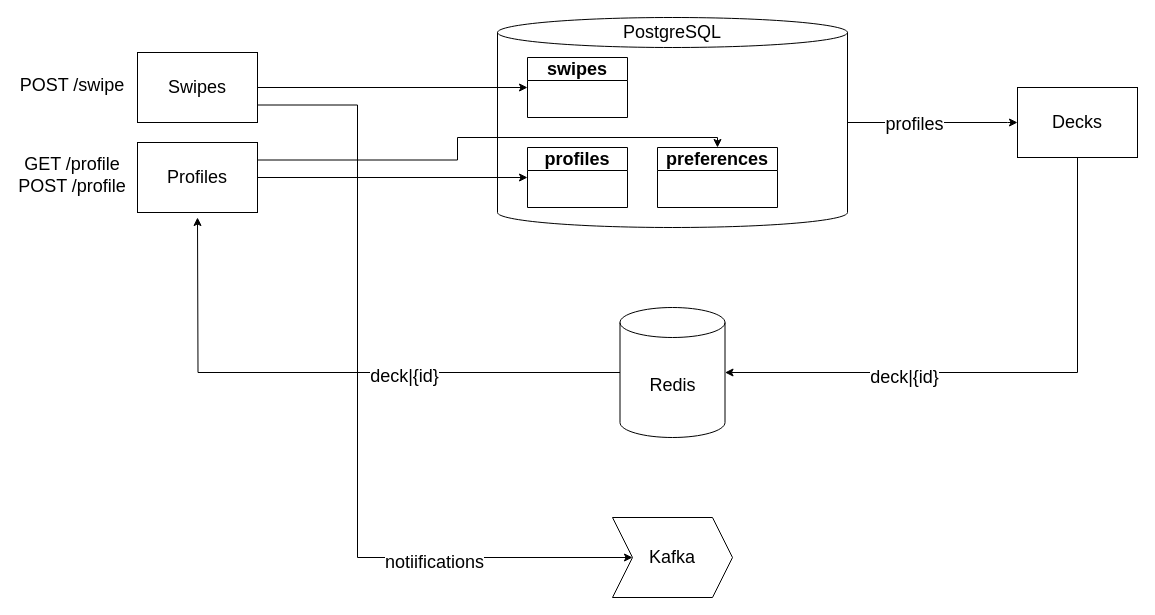
oliver416/highload keeps this draw.io diagram as docs/architecture.drawio. Above is the earlier version. Source tidied: cells renumbered, new cells numbered last; positions are measured from the earlier drawing's top-left corner, leaving out a move shared by most shapes. Both pictures are drawn from the tidied source at 100%, with x=0, y=0 at pixel (17, 17).
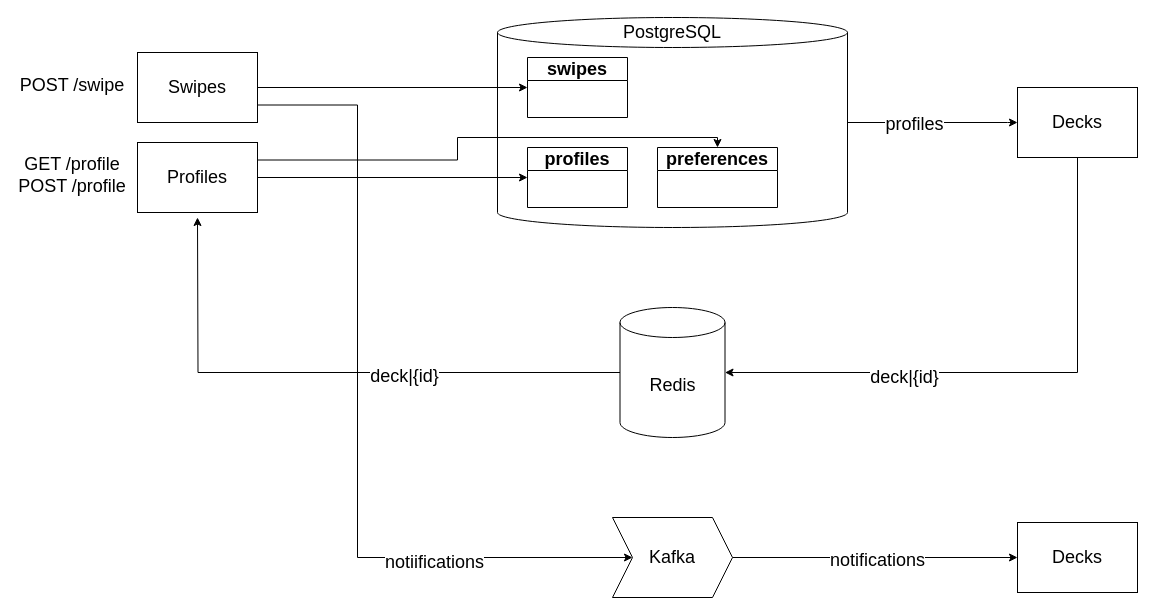
The same diagram, later.

Unchanged cells that the change refers to:
```xml
<mxCell id="25" value="&lt;font&gt;Kafka&lt;/font&gt;" style="shape=step;perimeter=stepPerimeter;whiteSpace=wrap;html=1;fixedSize=1;fontSize=18;" parent="1" vertex="1">
  <mxGeometry x="595" y="500" width="120" height="80" as="geometry" />
</mxCell>
```

Change to the diagram source:
```diff
@@
+    <mxCell id="26" style="edgeStyle=orthogonalEdgeStyle;rounded=0;jettySize=auto;html=1;" parent="1" edge="1" source="25" target="28">
+      <mxGeometry relative="1" as="geometry" />
+    </mxCell>
+    <mxCell id="27" value="&lt;font style=&quot;font-size: 18px;&quot;&gt;notifications&lt;/font&gt;" style="edgeLabel;html=1;align=center;verticalAlign=middle;" parent="26" vertex="1">
+      <mxGeometry x="0.01" y="-2" relative="1" as="geometry" />
+    </mxCell>
@@
+    <mxCell id="28" value="Decks" style="rounded=0;whiteSpace=wrap;html=1;fontSize=18;" parent="1" vertex="1">
+      <mxGeometry x="1000" y="505" width="120" height="70" as="geometry" />
+    </mxCell>
```
